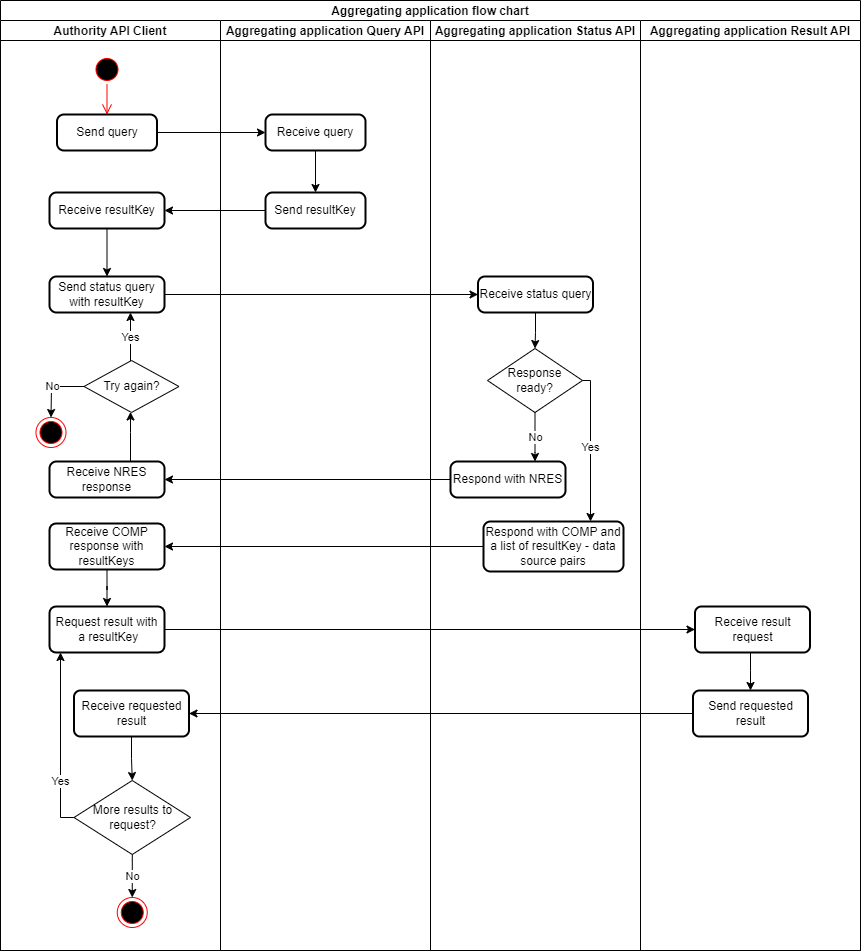
Above: diagrams/flowchart_koostava.png in FinnishCustoms-SuomenTulli/account-register-aggregating-application (draw.io), before the change. Source tidied: cells renumbered, new cells last; positions are measured from the earlier drawing's top-left corner, leaving out a move shared by most shapes.
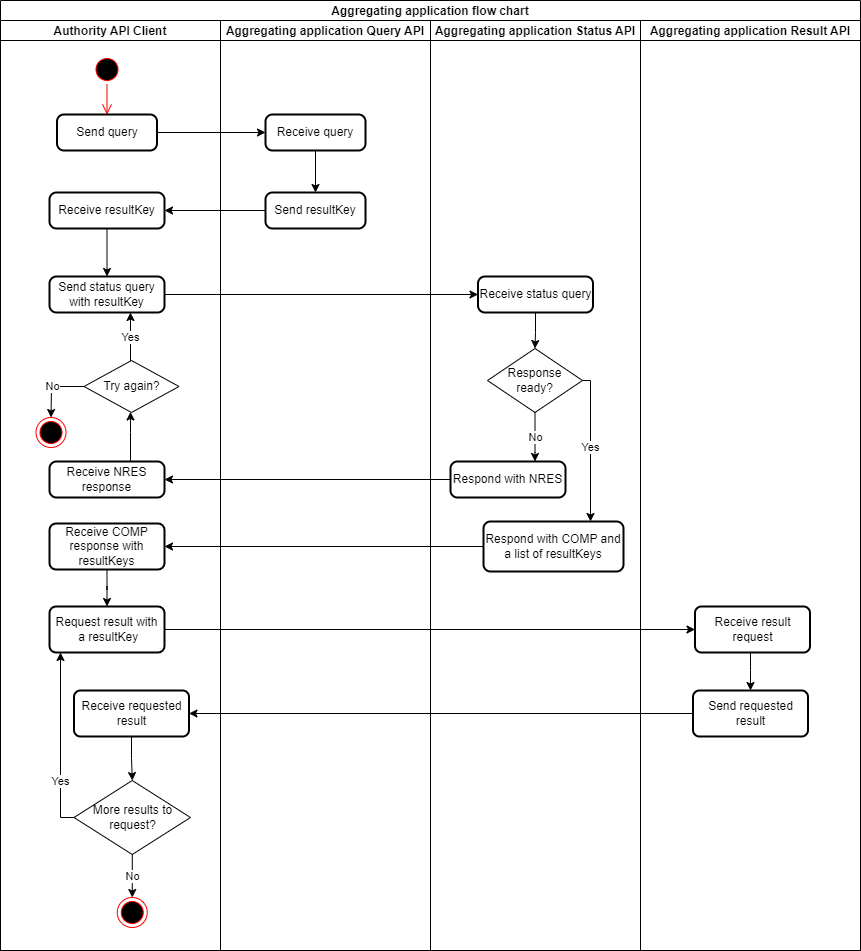
After the commit.

Diff of the diagram source:
```diff
@@ -118,7 +118,7 @@
     <mxCell id="32" value="Response ready?" style="rhombus;whiteSpace=wrap;html=1;" parent="29" vertex="1">
       <mxGeometry x="57" y="328" width="95" height="64" as="geometry" />
     </mxCell>
-    <mxCell id="33" value="Respond with COMP and a list of resultKey - data source pairs" style="rounded=1;whiteSpace=wrap;html=1;absoluteArcSize=1;arcSize=14;strokeWidth=2;" parent="29" vertex="1">
+    <mxCell id="33" value="Respond with COMP and a list of resultKeys" style="rounded=1;whiteSpace=wrap;html=1;absoluteArcSize=1;arcSize=14;strokeWidth=2;" parent="29" vertex="1">
       <mxGeometry x="53" y="501" width="140" height="50" as="geometry" />
     </mxCell>
     <mxCell id="34" value="Yes" style="edgeStyle=orthogonalEdgeStyle;rounded=0;jettySize=auto;html=1;" parent="29" edge="1" source="32" target="33">
```
